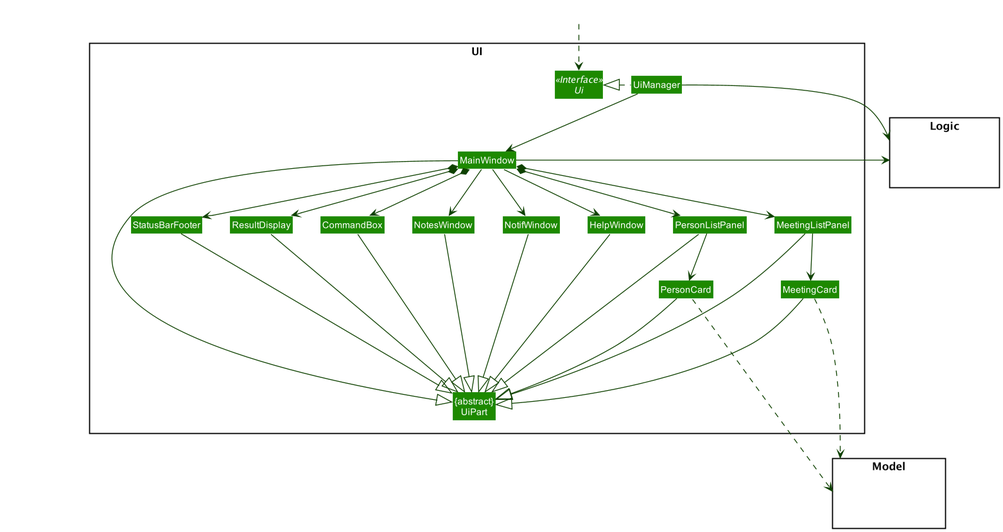
Above: docs/images/UiClassDiagram.png in nus-cs2103-AY2021S2/tp (PlantUML), before the change.
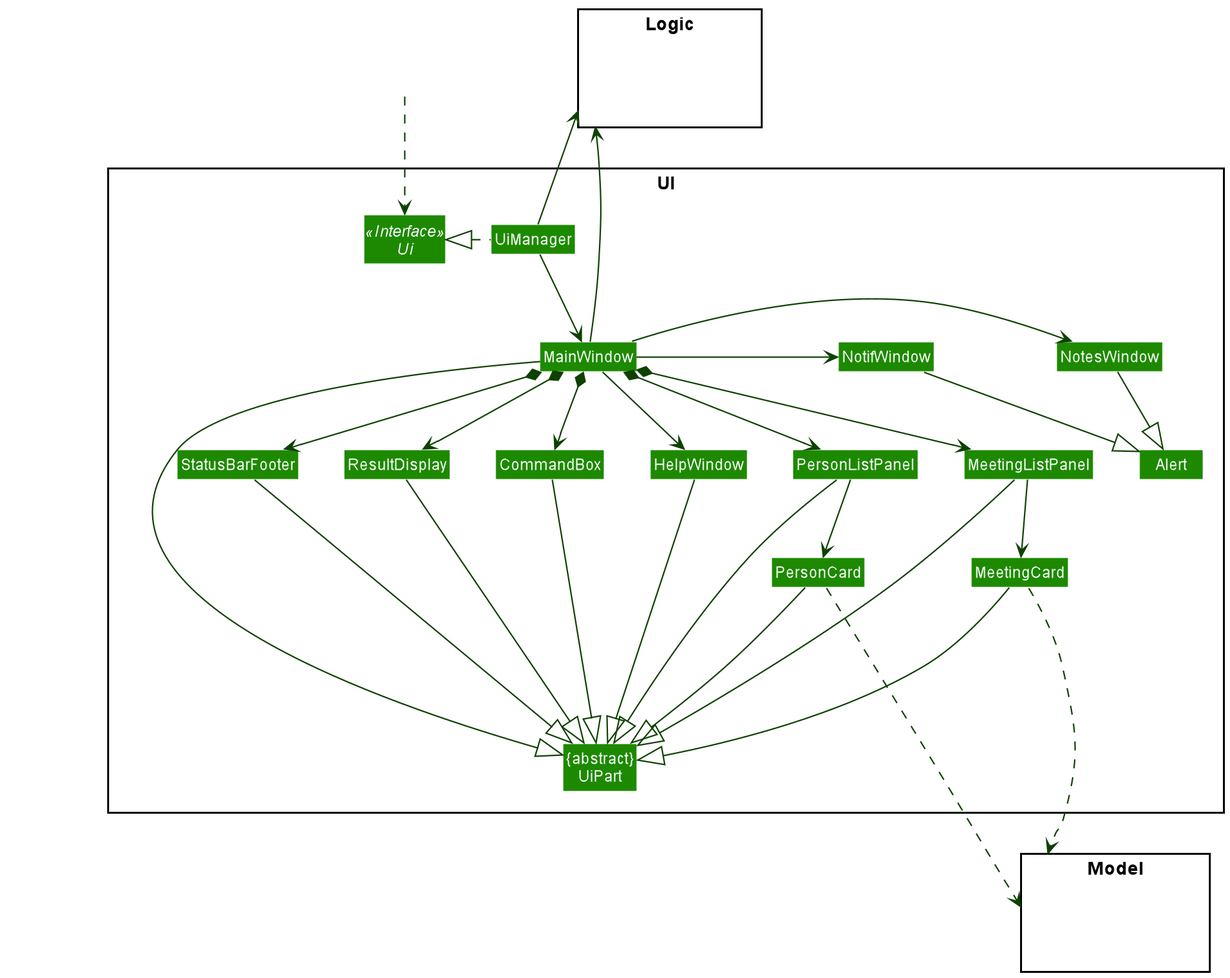
The same diagram one commit later.

Change to the diagram source:
```diff
@@ -19,6 +19,7 @@
 Class MeetingCard
 Class StatusBarFooter
 Class CommandBox
+Class Alert
 }
 
 package Model <<Rectangle>> {
@@ -35,13 +36,14 @@
 UiManager .left.|> Ui
 UiManager -down-> MainWindow
 MainWindow --> HelpWindow
-MainWindow --> NotesWindow
-MainWindow --> NotifWindow
+
 MainWindow *-down-> CommandBox
 MainWindow *-down-> ResultDisplay
 MainWindow *-down-> PersonListPanel
 MainWindow *-down-> MeetingListPanel
 MainWindow *-down-> StatusBarFooter
+MainWindow -right-> NotesWindow
+MainWindow -right-> NotifWindow
 
 
 PersonListPanel -down-> PersonCard
@@ -49,31 +51,30 @@
 
 MainWindow -left-|> UiPart
 
+CommandBox --|> UiPart
 ResultDisplay --|> UiPart
-CommandBox --|> UiPart
 PersonListPanel --|> UiPart
 PersonCard --|> UiPart
 MeetingListPanel --|> UiPart
 MeetingCard ---|> UiPart
 StatusBarFooter --|> UiPart
 HelpWindow -down-|> UiPart
-NotesWindow  --|> UiPart
-NotifWindow --|> UiPart
+NotesWindow  --|> Alert
+NotifWindow --|> Alert
 
 PersonCard ....> Model
 MeetingCard ....> Model
-UiManager -right-> Logic
+UiManager -up-> Logic
 MainWindow -left-> Logic
 
 MeetingCard -[hidden]left- PersonCard
 
 MeetingListPanel -[hidden]left- PersonListPanel
 PersonListPanel -[hidden]left- HelpWindow
-HelpWindow -[hidden]left- NotifWindow
-NotifWindow -[hidden]left- NotesWindow
-NotesWindow -[hidden]left- CommandBox
+HelpWindow -[hidden]left- CommandBox
 CommandBox -[hidden]left- ResultDisplay
 ResultDisplay -[hidden]left- StatusBarFooter
+Alert -[hidden]left- StatusBarFooter
 
 MainWindow -[hidden]-|> UiPart
 @enduml
```
